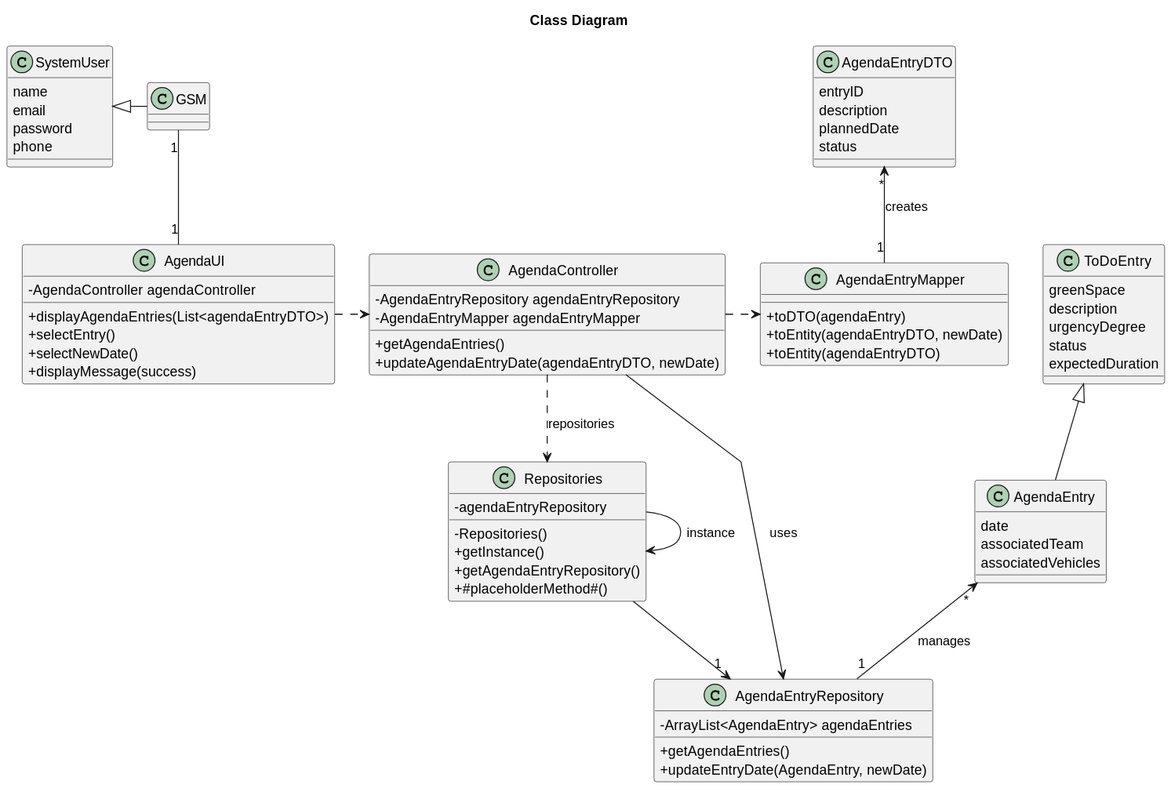
Above: docs/sprintC/us024/03.design/svg/us024-class-diagram-Class_Diagram.svg in Departamento-de-Engenharia-Informatica/lei-24-s2-1do-g164 (PlantUML), before the change. Source of this version:
```plantuml
@startuml
skinparam classAttributeIconSize 0
skinparam packageStyle rectangle
skinparam shadowing false
skinparam linetype polyline
skinparam classAttributeIconSize 0

title Class Diagram


class ToDoEntry{
    greenSpace
    description
    urgencyDegree
    status
    expectedDuration
}

class AgendaEntry {
    date
    associatedTeam
    associatedVehicles
}

class AgendaEntryDTO {
    entryID
    description
    plannedDate
    status
}

class SystemUser {
    name
    email
    password
    phone
}

class AgendaEntryRepository {
    - ArrayList<AgendaEntry> agendaEntries
    + getAgendaEntries()
    + updateEntryDate(AgendaEntry, newDate)
}

class Repositories {
    - agendaEntryRepository

    - Repositories()
    + getInstance()
    + getAgendaEntryRepository()
    + #placeholderMethod#()
}

class AgendaEntryMapper {
    + toDTO(agendaEntry)
    + toEntity(agendaEntryDTO, newDate)
    + toEntity(agendaEntryDTO)
}

class AgendaController {
    - AgendaEntryRepository agendaEntryRepository
    - AgendaEntryMapper agendaEntryMapper
    + getAgendaEntries()
    + updateAgendaEntryDate(agendaEntryDTO, newDate)
}

class AgendaUI {
    - AgendaController agendaController
    + displayAgendaEntries(List<agendaEntryDTO>)
    + selectEntry()
    + selectNewDate()
    + displayMessage(success)
}

AgendaUI .> AgendaController
AgendaController ..> Repositories : repositories
Repositories --> "1" AgendaEntryRepository
Repositories -> Repositories : instance
AgendaController .> AgendaEntryMapper
AgendaController --> AgendaEntryRepository : uses

SystemUser <|- GSM
ToDoEntry <|-- AgendaEntry

GSM "1" -- "1" AgendaUI
AgendaEntry "*" <-- "1" AgendaEntryRepository : manages
AgendaEntryDTO "*" <-- "1" AgendaEntryMapper : creates
@enduml
```
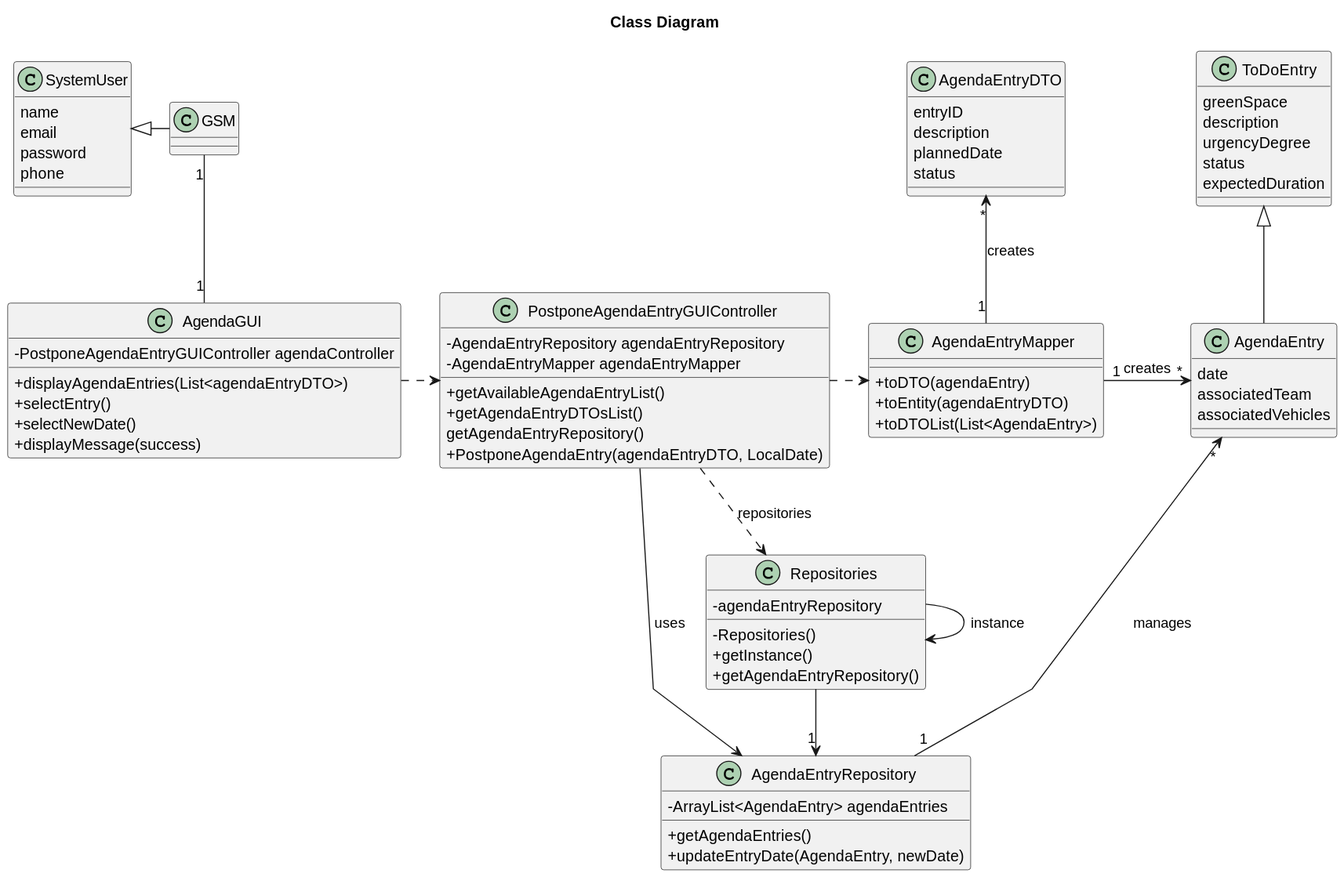
After the commit.

The edit, as a diff of the source:
```diff
@@ -44,45 +44,46 @@
 
 class Repositories {
     - agendaEntryRepository
-
     - Repositories()
     + getInstance()
     + getAgendaEntryRepository()
-    + #placeholderMethod#()
 }
 
 class AgendaEntryMapper {
     + toDTO(agendaEntry)
-    + toEntity(agendaEntryDTO, newDate)
     + toEntity(agendaEntryDTO)
+    + toDTOList(List<AgendaEntry>)
 }
 
-class AgendaController {
+class PostponeAgendaEntryGUIController {
     - AgendaEntryRepository agendaEntryRepository
     - AgendaEntryMapper agendaEntryMapper
-    + getAgendaEntries()
-    + updateAgendaEntryDate(agendaEntryDTO, newDate)
+    + getAvailableAgendaEntryList()
+    + getAgendaEntryDTOsList()
+    getAgendaEntryRepository()
+    + PostponeAgendaEntry(agendaEntryDTO, LocalDate)
 }
 
-class AgendaUI {
-    - AgendaController agendaController
+class AgendaGUI {
+    - PostponeAgendaEntryGUIController agendaController
     + displayAgendaEntries(List<agendaEntryDTO>)
     + selectEntry()
     + selectNewDate()
     + displayMessage(success)
 }
 
-AgendaUI .> AgendaController
-AgendaController ..> Repositories : repositories
+AgendaGUI .> PostponeAgendaEntryGUIController
+PostponeAgendaEntryGUIController ..> Repositories : repositories
 Repositories --> "1" AgendaEntryRepository
 Repositories -> Repositories : instance
-AgendaController .> AgendaEntryMapper
-AgendaController --> AgendaEntryRepository : uses
+PostponeAgendaEntryGUIController .> AgendaEntryMapper
+PostponeAgendaEntryGUIController --> AgendaEntryRepository : uses
 
 SystemUser <|- GSM
 ToDoEntry <|-- AgendaEntry
 
-GSM "1" -- "1" AgendaUI
+GSM "1" -- "1" AgendaGUI
+AgendaEntryMapper "1"->"*" AgendaEntry : creates
 AgendaEntry "*" <-- "1" AgendaEntryRepository : manages
 AgendaEntryDTO "*" <-- "1" AgendaEntryMapper : creates
 @enduml
```
